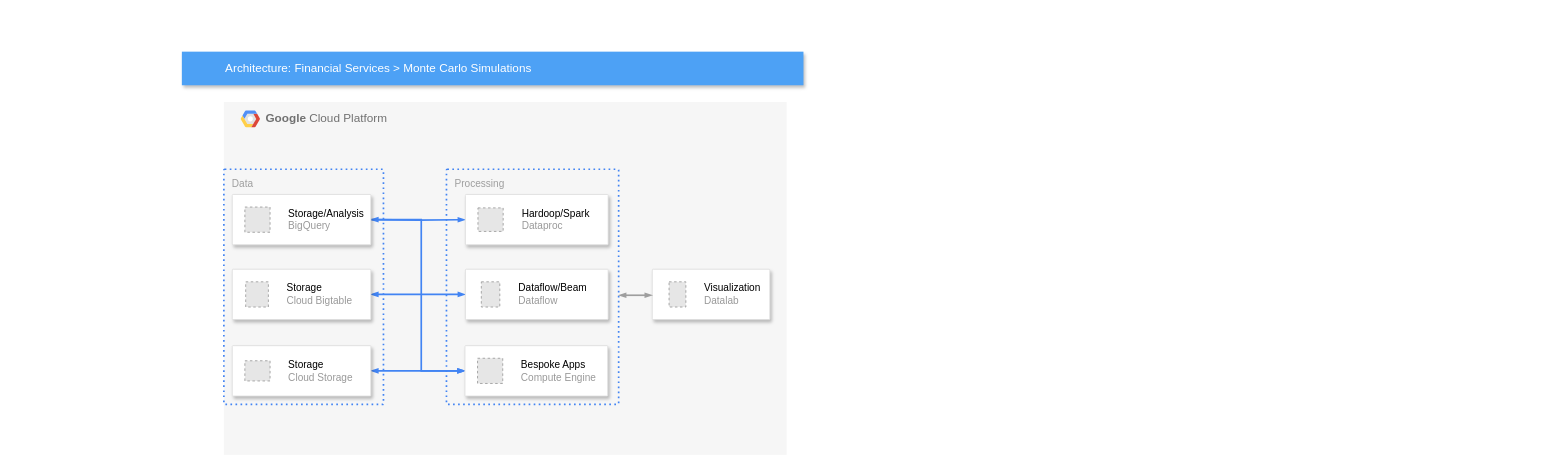
Earlier version of the draw.io diagram 未命名绘图.drawio (sun0220/Draw). Source tidied: cells renumbered, new cells numbered last; positions are measured from the earlier drawing's top-left corner, leaving out a move shared by most shapes. Both pictures are drawn from the tidied source at 84%, with x=0, y=0 at pixel (181, 51). Pictures stored in the file or linked from it are replaced by grey dashed boxes.
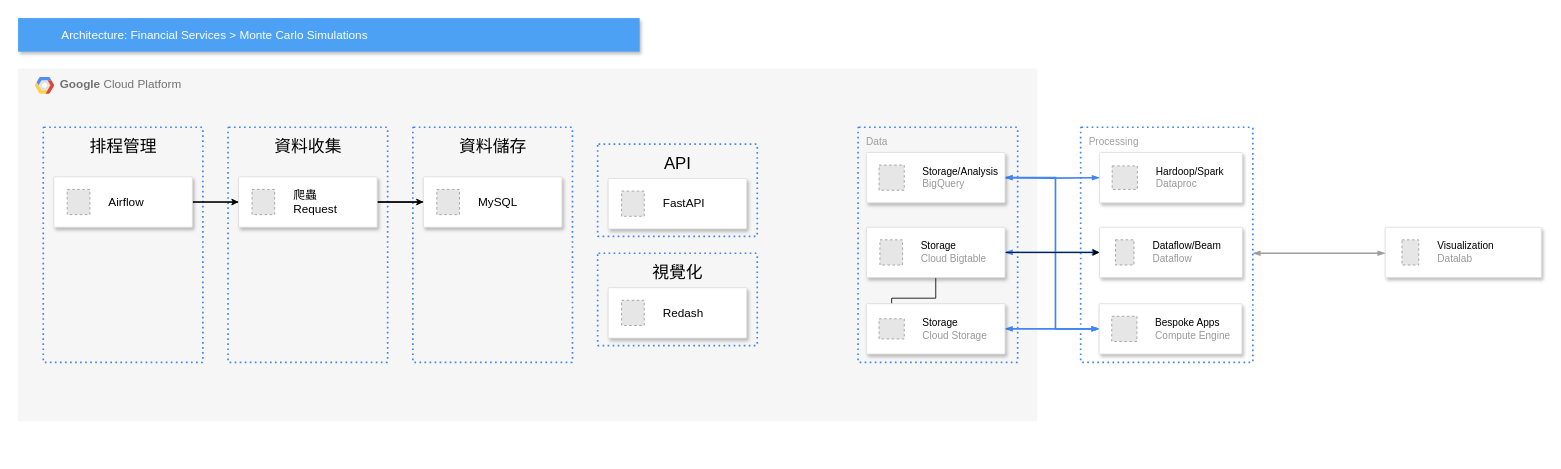
The same page after the edit.

Commit message:
更新未命名绘图.drawio

The change refers to these unchanged cells:
```xml
<mxCell id="19" value="&lt;font color=&quot;#000000&quot;&gt;Storage&lt;/font&gt;&lt;br&gt;Cloud Storage" style="fillColor=#E6E6E6;strokeColor=#999999;dashed=1;html=1;fontColor=#999999;verticalLabelPosition=middle;verticalAlign=middle;labelPosition=right;align=left;spacingLeft=20;" parent="18" vertex="1">
  <mxGeometry width="30" height="24" relative="1" as="geometry">
    <mxPoint x="15" y="18" as="offset" />
  </mxGeometry>
</mxCell>
```

What changed in the source:
```diff
@@
     <mxCell id="2" value="&lt;b&gt;Google &lt;/b&gt;Cloud Platform" style="fillColor=#F6F6F6;strokeColor=none;shadow=0;gradientColor=none;fontSize=14;align=left;spacing=10;fontColor=#717171;9E9E9E;verticalAlign=top;spacingTop=-4;fontStyle=0;spacingLeft=40;html=1;" parent="1" vertex="1">
-      <mxGeometry x="50" y="60" width="670" height="420" as="geometry" />
+      <mxGeometry x="-195" y="20" width="1213.4" height="420" as="geometry" />
     </mxCell>
@@
     <mxCell id="4" style="strokeColor=#dddddd;shadow=1;strokeWidth=1;rounded=1;absoluteArcSize=1;arcSize=2;" parent="2" vertex="1">
-      <mxGeometry x="510" y="199" width="140" height="60" as="geometry" />
+      <mxGeometry x="1627.5" y="189" width="186" height="60" as="geometry" />
     </mxCell>
@@
-    <mxCell id="6" value="Processing" style="rounded=1;absoluteArcSize=1;arcSize=2;html=1;strokeColor=#4284F3;gradientColor=none;shadow=0;dashed=1;fontSize=12;fontColor=#9E9E9E;align=left;verticalAlign=top;spacing=10;spacingTop=-4;fillColor=none;dashPattern=1 2;strokeWidth=2;" parent="1" vertex="1">
-      <mxGeometry x="315" y="140" width="205" height="280" as="geometry" />
+    <mxCell id="6" value="Processing" style="rounded=1;absoluteArcSize=1;arcSize=2;html=1;strokeColor=#4284F3;gradientColor=none;shadow=0;dashed=1;fontSize=12;fontColor=#9E9E9E;align=left;verticalAlign=top;spacing=10;spacingTop=-4;fillColor=none;dashPattern=1 2;strokeWidth=2;" parent="2" vertex="1">
+      <mxGeometry x="1265" y="70" width="205" height="280" as="geometry" />
     </mxCell>
-    <mxCell id="7" value="Data" style="rounded=1;absoluteArcSize=1;arcSize=2;html=1;strokeColor=#4284F3;gradientColor=none;shadow=0;dashed=1;fontSize=12;fontColor=#9E9E9E;align=left;verticalAlign=top;spacing=10;spacingTop=-4;fillColor=none;dashPattern=1 2;strokeWidth=2;" parent="1" vertex="1">
-      <mxGeometry x="50" y="140" width="190" height="280" as="geometry" />
+    <mxCell id="7" value="Data" style="rounded=1;absoluteArcSize=1;arcSize=2;html=1;strokeColor=#4284F3;gradientColor=none;shadow=0;dashed=1;fontSize=12;fontColor=#9E9E9E;align=left;verticalAlign=top;spacing=10;spacingTop=-4;fillColor=none;dashPattern=1 2;strokeWidth=2;" parent="2" vertex="1">
+      <mxGeometry x="1000" y="70" width="190" height="280" as="geometry" />
     </mxCell>
-    <mxCell id="8" value="Architecture: Financial Services &amp;gt; Monte Carlo Simulations" style="fillColor=#4DA1F5;strokeColor=none;shadow=1;gradientColor=none;fontSize=14;align=left;spacingLeft=50;fontColor=#ffffff;html=1;" parent="1" vertex="1">
-      <mxGeometry width="740" height="40" as="geometry" />
-    </mxCell>
-    <mxCell id="9" style="edgeStyle=orthogonalEdgeStyle;rounded=0;html=1;labelBackgroundColor=none;startFill=1;startSize=4;endArrow=blockThin;endFill=1;endSize=4;jettySize=auto;strokeColor=#4284F3;strokeWidth=2;fontSize=12;fontColor=#000000;align=center;dashed=0;startArrow=blockThin;" parent="1" edge="1" source="16" target="22">
+    <mxCell id="9" style="edgeStyle=orthogonalEdgeStyle;rounded=0;html=1;labelBackgroundColor=none;startFill=1;startSize=4;endArrow=blockThin;endFill=1;endSize=4;jettySize=auto;strokeColor=#4284F3;strokeWidth=2;fontSize=12;fontColor=#000000;align=center;dashed=0;startArrow=blockThin;" parent="2" edge="1" source="16" target="22">
       <mxGeometry relative="1" as="geometry" />
     </mxCell>
-    <mxCell id="10" style="edgeStyle=orthogonalEdgeStyle;rounded=0;html=1;labelBackgroundColor=none;startFill=1;startSize=4;endArrow=blockThin;endFill=1;endSize=4;jettySize=auto;strokeColor=#4284F3;strokeWidth=2;fontSize=12;fontColor=#000000;align=center;dashed=0;startArrow=blockThin;" parent="1" edge="1" source="18" target="24">
+    <mxCell id="10" style="edgeStyle=orthogonalEdgeStyle;rounded=0;html=1;labelBackgroundColor=none;startFill=1;startSize=4;endArrow=blockThin;endFill=1;endSize=4;jettySize=auto;strokeColor=#4284F3;strokeWidth=2;fontSize=12;fontColor=#000000;align=center;dashed=0;startArrow=blockThin;" parent="2" edge="1" source="18" target="24">
       <mxGeometry relative="1" as="geometry" />
     </mxCell>
-    <mxCell id="11" style="edgeStyle=orthogonalEdgeStyle;rounded=0;html=1;labelBackgroundColor=none;startFill=1;startSize=4;endArrow=blockThin;endFill=1;endSize=4;jettySize=auto;strokeColor=#9E9E9E;strokeWidth=2;fontSize=12;fontColor=#000000;align=center;dashed=0;startArrow=blockThin;" parent="1" edge="1" source="6" target="4">
+    <mxCell id="11" style="edgeStyle=orthogonalEdgeStyle;rounded=0;html=1;labelBackgroundColor=none;startFill=1;startSize=4;endArrow=blockThin;endFill=1;endSize=4;jettySize=auto;strokeColor=#9E9E9E;strokeWidth=2;fontSize=12;fontColor=#000000;align=center;dashed=0;startArrow=blockThin;" parent="2" edge="1" source="6" target="4">
       <mxGeometry relative="1" as="geometry">
         <Array as="points">
-          <mxPoint x="540" y="290" />
-          <mxPoint x="540" y="290" />
+          <mxPoint x="1490" y="220" />
+          <mxPoint x="1490" y="220" />
         </Array>
       </mxGeometry>
     </mxCell>
-    <mxCell id="12" style="edgeStyle=orthogonalEdgeStyle;rounded=0;html=1;labelBackgroundColor=none;startFill=1;startSize=4;endArrow=blockThin;endFill=1;endSize=4;jettySize=auto;strokeColor=#4284F3;strokeWidth=2;fontSize=12;fontColor=#000000;align=center;dashed=0;" parent="1" edge="1" target="20">
+    <mxCell id="12" style="edgeStyle=orthogonalEdgeStyle;rounded=0;html=1;labelBackgroundColor=none;startFill=1;startSize=4;endArrow=blockThin;endFill=1;endSize=4;jettySize=auto;strokeColor=#4284F3;strokeWidth=2;fontSize=12;fontColor=#000000;align=center;dashed=0;" parent="2" edge="1" target="20">
       <mxGeometry relative="1" as="geometry">
-        <mxPoint x="225" y="200" as="sourcePoint" />
+        <mxPoint x="1175" y="130" as="sourcePoint" />
       </mxGeometry>
     </mxCell>
-    <mxCell id="13" style="edgeStyle=orthogonalEdgeStyle;rounded=0;html=1;labelBackgroundColor=none;startFill=1;startSize=4;endArrow=blockThin;endFill=1;endSize=4;jettySize=auto;strokeColor=#4284F3;strokeWidth=2;fontSize=12;fontColor=#000000;align=center;dashed=0;startArrow=blockThin;" parent="1" edge="1" source="14" target="24">
+    <mxCell id="13" style="edgeStyle=orthogonalEdgeStyle;rounded=0;html=1;labelBackgroundColor=none;startFill=1;startSize=4;endArrow=blockThin;endFill=1;endSize=4;jettySize=auto;strokeColor=#4284F3;strokeWidth=2;fontSize=12;fontColor=#000000;align=center;dashed=0;startArrow=blockThin;" parent="2" edge="1" source="14" target="24">
       <mxGeometry relative="1" as="geometry">
         <Array as="points">
-          <mxPoint x="285" y="200" />
-          <mxPoint x="285" y="380" />
+          <mxPoint x="1235" y="130" />
+          <mxPoint x="1235" y="310" />
         </Array>
       </mxGeometry>
     </mxCell>
-    <mxCell id="14" style="strokeColor=#dddddd;shadow=1;strokeWidth=1;rounded=1;absoluteArcSize=1;arcSize=2;" parent="1" vertex="1">
-      <mxGeometry x="60" y="170" width="165" height="60" as="geometry" />
+    <mxCell id="14" style="strokeColor=#dddddd;shadow=1;strokeWidth=1;rounded=1;absoluteArcSize=1;arcSize=2;" parent="2" vertex="1">
+      <mxGeometry x="1010" y="100" width="165" height="60" as="geometry" />
     </mxCell>
@@
+    <mxCell id="26" style="edgeStyle=orthogonalEdgeStyle;rounded=0;jettySize=auto;html=1;" parent="2" edge="1" source="16" target="19">
+      <mxGeometry relative="1" as="geometry" />
+    </mxCell>
+    <mxCell id="27" style="edgeStyle=orthogonalEdgeStyle;rounded=0;jettySize=auto;html=1;" parent="2" edge="1" source="16" target="22">
+      <mxGeometry relative="1" as="geometry" />
+    </mxCell>
-    <mxCell id="16" style="strokeColor=#dddddd;shadow=1;strokeWidth=1;rounded=1;absoluteArcSize=1;arcSize=2;" parent="1" vertex="1">
-      <mxGeometry x="60" y="259" width="165" height="60" as="geometry" />
+    <mxCell id="16" style="strokeColor=#dddddd;shadow=1;strokeWidth=1;rounded=1;absoluteArcSize=1;arcSize=2;" parent="2" vertex="1">
+      <mxGeometry x="1010" y="189" width="165" height="60" as="geometry" />
     </mxCell>
@@
-    <mxCell id="18" style="strokeColor=#dddddd;shadow=1;strokeWidth=1;rounded=1;absoluteArcSize=1;arcSize=2;" parent="1" vertex="1">
-      <mxGeometry x="60" y="350" width="165" height="60" as="geometry" />
+    <mxCell id="18" style="strokeColor=#dddddd;shadow=1;strokeWidth=1;rounded=1;absoluteArcSize=1;arcSize=2;" parent="2" vertex="1">
+      <mxGeometry x="1010" y="280" width="165" height="60" as="geometry" />
     </mxCell>
@@
-    <mxCell id="20" style="strokeColor=#dddddd;shadow=1;strokeWidth=1;rounded=1;absoluteArcSize=1;arcSize=2;" parent="1" vertex="1">
-      <mxGeometry x="337.5" y="170" width="170" height="60" as="geometry" />
+    <mxCell id="20" style="strokeColor=#dddddd;shadow=1;strokeWidth=1;rounded=1;absoluteArcSize=1;arcSize=2;" parent="2" vertex="1">
+      <mxGeometry x="1287.5" y="100" width="170" height="60" as="geometry" />
     </mxCell>
@@
-    <mxCell id="22" style="strokeColor=#dddddd;shadow=1;strokeWidth=1;rounded=1;absoluteArcSize=1;arcSize=2;" parent="1" vertex="1">
-      <mxGeometry x="337.5" y="259" width="170" height="60" as="geometry" />
+    <mxCell id="22" style="strokeColor=#dddddd;shadow=1;strokeWidth=1;rounded=1;absoluteArcSize=1;arcSize=2;" parent="2" vertex="1">
+      <mxGeometry x="1287.5" y="189" width="170" height="60" as="geometry" />
     </mxCell>
@@
-    <mxCell id="24" style="strokeColor=#dddddd;shadow=1;strokeWidth=1;rounded=1;absoluteArcSize=1;arcSize=2;" parent="1" vertex="1">
-      <mxGeometry x="337" y="350" width="170" height="60" as="geometry" />
+    <mxCell id="24" style="strokeColor=#dddddd;shadow=1;strokeWidth=1;rounded=1;absoluteArcSize=1;arcSize=2;" parent="2" vertex="1">
+      <mxGeometry x="1287" y="280" width="170" height="60" as="geometry" />
     </mxCell>
@@
+    <mxCell id="28" value="&lt;font style=&quot;color: rgb(0, 0, 0); font-size: 20px;&quot;&gt;排程管理&lt;/font&gt;" style="rounded=1;absoluteArcSize=1;arcSize=2;html=1;strokeColor=#4284F3;gradientColor=none;shadow=0;dashed=1;fontSize=12;fontColor=#9E9E9E;align=center;verticalAlign=top;spacing=10;spacingTop=-4;fillColor=none;dashPattern=1 2;strokeWidth=2;" parent="2" vertex="1">
+      <mxGeometry x="30" y="70" width="190" height="280" as="geometry" />
+    </mxCell>
+    <mxCell id="29" value="&lt;font style=&quot;color: rgb(0, 0, 0); font-size: 20px;&quot;&gt;資料收集&lt;/font&gt;" style="rounded=1;absoluteArcSize=1;arcSize=2;html=1;strokeColor=#4284F3;gradientColor=none;shadow=0;dashed=1;fontSize=12;fontColor=#9E9E9E;align=center;verticalAlign=top;spacing=10;spacingTop=-4;fillColor=none;dashPattern=1 2;strokeWidth=2;" parent="2" vertex="1">
+      <mxGeometry x="250" y="70" width="190" height="280" as="geometry" />
+    </mxCell>
+    <mxCell id="30" value="&lt;font style=&quot;color: rgb(0, 0, 0); font-size: 20px;&quot;&gt;資料儲存&lt;/font&gt;" style="rounded=1;absoluteArcSize=1;arcSize=2;html=1;strokeColor=#4284F3;gradientColor=none;shadow=0;dashed=1;fontSize=12;fontColor=#9E9E9E;align=center;verticalAlign=top;spacing=10;spacingTop=-4;fillColor=none;dashPattern=1 2;strokeWidth=2;" parent="2" vertex="1">
+      <mxGeometry x="470" y="70" width="190" height="280" as="geometry" />
+    </mxCell>
+    <mxCell id="31" style="edgeStyle=orthogonalEdgeStyle;rounded=0;jettySize=auto;html=1;exitX=1;exitY=0.5;exitDx=0;exitDy=0;entryX=0;entryY=0.5;entryDx=0;entryDy=0;curved=0;" parent="2" edge="1" source="34" target="40">
+      <mxGeometry relative="1" as="geometry" />
+    </mxCell>
+    <mxCell id="32" style="edgeStyle=orthogonalEdgeStyle;rounded=0;jettySize=auto;html=1;" parent="2" edge="1" source="34" target="41">
+      <mxGeometry relative="1" as="geometry" />
+    </mxCell>
+    <mxCell id="33" style="edgeStyle=orthogonalEdgeStyle;rounded=0;jettySize=auto;html=1;" parent="2" edge="1" source="34" target="41">
+      <mxGeometry relative="1" as="geometry" />
+    </mxCell>
+    <mxCell id="34" style="strokeColor=#dddddd;shadow=1;strokeWidth=1;rounded=1;absoluteArcSize=1;arcSize=2;" parent="2" vertex="1">
+      <mxGeometry x="42.5" y="129" width="165" height="60" as="geometry" />
+    </mxCell>
+    <mxCell id="35" value="&lt;font style=&quot;font-size: 14px;&quot; color=&quot;#000000&quot;&gt;Airflow&lt;/font&gt;" style="fillColor=#E6E6E6;strokeColor=#999999;dashed=1;html=1;fontColor=#999999;verticalLabelPosition=middle;verticalAlign=middle;labelPosition=right;align=left;spacingLeft=20;" parent="34" vertex="1">
+      <mxGeometry width="27" height="30" relative="1" as="geometry">
+        <mxPoint x="16" y="15" as="offset" />
+      </mxGeometry>
+    </mxCell>
+    <mxCell id="36" style="edgeStyle=orthogonalEdgeStyle;rounded=0;jettySize=auto;html=1;exitX=1;exitY=0.5;exitDx=0;exitDy=0;entryX=0;entryY=0.5;entryDx=0;entryDy=0;" parent="2" edge="1" source="40" target="42">
+      <mxGeometry relative="1" as="geometry" />
+    </mxCell>
+    <mxCell id="37" style="edgeStyle=orthogonalEdgeStyle;rounded=0;jettySize=auto;html=1;" parent="2" edge="1" source="40" target="43">
+      <mxGeometry relative="1" as="geometry" />
+    </mxCell>
+    <mxCell id="38" style="edgeStyle=orthogonalEdgeStyle;rounded=0;jettySize=auto;html=1;" parent="2" edge="1" source="40" target="43">
+      <mxGeometry relative="1" as="geometry" />
+    </mxCell>
+    <mxCell id="39" style="edgeStyle=orthogonalEdgeStyle;rounded=0;jettySize=auto;html=1;" parent="2" edge="1" source="40" target="43">
+      <mxGeometry relative="1" as="geometry" />
+    </mxCell>
+    <mxCell id="40" style="strokeColor=#dddddd;shadow=1;strokeWidth=1;rounded=1;absoluteArcSize=1;arcSize=2;" parent="2" vertex="1">
+      <mxGeometry x="262.5" y="129" width="165" height="60" as="geometry" />
+    </mxCell>
+    <mxCell id="41" value="&lt;font style=&quot;font-size: 14px;&quot; color=&quot;#000000&quot;&gt;爬蟲&lt;/font&gt;&lt;div&gt;&lt;font style=&quot;font-size: 14px;&quot; color=&quot;#000000&quot;&gt;Request&lt;/font&gt;&lt;/div&gt;" style="fillColor=#E6E6E6;strokeColor=#999999;dashed=1;html=1;fontColor=#999999;verticalLabelPosition=middle;verticalAlign=middle;labelPosition=right;align=left;spacingLeft=20;" parent="40" vertex="1">
+      <mxGeometry width="27" height="30" relative="1" as="geometry">
+        <mxPoint x="16" y="15" as="offset" />
+      </mxGeometry>
+    </mxCell>
+    <mxCell id="42" style="strokeColor=#dddddd;shadow=1;strokeWidth=1;rounded=1;absoluteArcSize=1;arcSize=2;" parent="2" vertex="1">
+      <mxGeometry x="482.5" y="129" width="165" height="60" as="geometry" />
+    </mxCell>
+    <mxCell id="43" value="&lt;font style=&quot;color: rgb(0, 0, 0); font-size: 14px;&quot;&gt;MySQL&lt;/font&gt;" style="fillColor=#E6E6E6;strokeColor=#999999;dashed=1;html=1;fontColor=#999999;verticalLabelPosition=middle;verticalAlign=middle;labelPosition=right;align=left;spacingLeft=20;" parent="42" vertex="1">
+      <mxGeometry width="27" height="30" relative="1" as="geometry">
+        <mxPoint x="16" y="15" as="offset" />
+      </mxGeometry>
+    </mxCell>
+    <mxCell id="44" value="&lt;font style=&quot;color: rgb(0, 0, 0); font-size: 20px;&quot;&gt;API&lt;/font&gt;" style="rounded=1;absoluteArcSize=1;arcSize=2;html=1;strokeColor=#4284F3;gradientColor=none;shadow=0;dashed=1;fontSize=12;fontColor=#9E9E9E;align=center;verticalAlign=top;spacing=10;spacingTop=-4;fillColor=none;dashPattern=1 2;strokeWidth=2;" parent="2" vertex="1">
+      <mxGeometry x="690" y="90" width="190" height="110" as="geometry" />
+    </mxCell>
+    <mxCell id="45" style="strokeColor=#dddddd;shadow=1;strokeWidth=1;rounded=1;absoluteArcSize=1;arcSize=2;" parent="2" vertex="1">
+      <mxGeometry x="702.5" y="131" width="165" height="60" as="geometry" />
+    </mxCell>
+    <mxCell id="46" value="&lt;font style=&quot;color: rgb(0, 0, 0); font-size: 14px;&quot;&gt;FastAPI&lt;/font&gt;" style="fillColor=#E6E6E6;strokeColor=#999999;dashed=1;html=1;fontColor=#999999;verticalLabelPosition=middle;verticalAlign=middle;labelPosition=right;align=left;spacingLeft=20;" parent="45" vertex="1">
+      <mxGeometry width="27" height="30" relative="1" as="geometry">
+        <mxPoint x="16" y="15" as="offset" />
+      </mxGeometry>
+    </mxCell>
+    <mxCell id="47" style="edgeStyle=orthogonalEdgeStyle;rounded=0;orthogonalLoop=1;jettySize=auto;html=1;exitX=0.5;exitY=1;exitDx=0;exitDy=0;" parent="2" edge="1" source="44" target="44">
+      <mxGeometry relative="1" as="geometry" />
+    </mxCell>
+    <mxCell id="48" value="&lt;font color=&quot;#000000&quot;&gt;&lt;span style=&quot;font-size: 20px;&quot;&gt;視覺化&lt;/span&gt;&lt;/font&gt;" style="rounded=1;absoluteArcSize=1;arcSize=2;html=1;strokeColor=#4284F3;gradientColor=none;shadow=0;dashed=1;fontSize=12;fontColor=#9E9E9E;align=center;verticalAlign=top;spacing=10;spacingTop=-4;fillColor=none;dashPattern=1 2;strokeWidth=2;" parent="2" vertex="1">
+      <mxGeometry x="690" y="220" width="190" height="110" as="geometry" />
+    </mxCell>
+    <mxCell id="49" style="strokeColor=#dddddd;shadow=1;strokeWidth=1;rounded=1;absoluteArcSize=1;arcSize=2;" parent="2" vertex="1">
+      <mxGeometry x="702.5" y="261" width="165" height="60" as="geometry" />
+    </mxCell>
+    <mxCell id="50" value="&lt;font style=&quot;color: rgb(0, 0, 0); font-size: 14px;&quot;&gt;Redash&lt;/font&gt;" style="fillColor=#E6E6E6;strokeColor=#999999;dashed=1;html=1;fontColor=#999999;verticalLabelPosition=middle;verticalAlign=middle;labelPosition=right;align=left;spacingLeft=20;" parent="49" vertex="1">
+      <mxGeometry width="27" height="30" relative="1" as="geometry">
+        <mxPoint x="16" y="15" as="offset" />
+      </mxGeometry>
+    </mxCell>
+    <mxCell id="8" value="Architecture: Financial Services &amp;gt; Monte Carlo Simulations" style="fillColor=#4DA1F5;strokeColor=none;shadow=1;gradientColor=none;fontSize=14;align=left;spacingLeft=50;fontColor=#ffffff;html=1;" parent="1" vertex="1">
+      <mxGeometry x="-195" y="-40" width="740" height="40" as="geometry" />
+    </mxCell>
```
